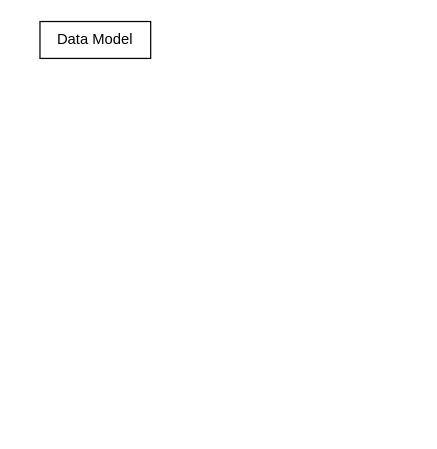
Above: Source/App.drawio in Justmoong/LifeTaker (draw.io), before the change. Source tidied: cells renumbered, new cells numbered last; positions are measured from the earlier drawing's top-left corner, leaving out a move shared by most shapes. Both pictures are drawn from the tidied source at 123%, with x=0, y=0 at pixel (39, 21).
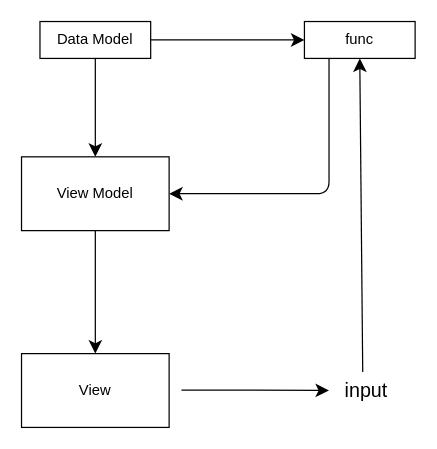
The same page after the edit.

What changed in the source:
```diff
@@
 <mxGraphModel>
   <root>
     <mxCell id="0" />
     <mxCell id="1" parent="0" />
+    <mxCell id="3" style="edgeStyle=none;curved=1;rounded=0;jettySize=auto;html=1;fontSize=12;startSize=8;endSize=8;" parent="1" edge="1" source="2" target="7">
+      <mxGeometry relative="1" as="geometry" />
+    </mxCell>
+    <mxCell id="4" style="edgeStyle=none;curved=1;rounded=0;jettySize=auto;html=1;entryX=0.5;entryY=0;entryDx=0;entryDy=0;fontSize=12;startSize=8;endSize=8;" parent="1" edge="1" source="2" target="11">
+      <mxGeometry relative="1" as="geometry" />
+    </mxCell>
     <mxCell id="2" value="Data Model" style="whiteSpace=wrap;html=1;" parent="1" vertex="1">
       <mxGeometry width="90" height="30" as="geometry" />
     </mxCell>
+    <mxCell id="5" style="edgeStyle=none;curved=1;rounded=0;jettySize=auto;html=1;entryX=1;entryY=0.5;entryDx=0;entryDy=0;fontSize=12;startSize=8;endSize=8;strokeColor=none;" parent="1" edge="1" source="7" target="11">
+      <mxGeometry relative="1" as="geometry" />
+    </mxCell>
+    <mxCell id="6" style="edgeStyle=orthogonalEdgeStyle;rounded=1;jettySize=auto;html=1;entryX=1;entryY=0.5;entryDx=0;entryDy=0;fontSize=12;startSize=8;endSize=8;" parent="1" edge="1" source="7" target="11">
+      <mxGeometry relative="1" as="geometry">
+        <Array as="points">
+          <mxPoint x="235" y="140" />
+        </Array>
+      </mxGeometry>
+    </mxCell>
+    <mxCell id="7" value="func" style="whiteSpace=wrap;html=1;" parent="1" vertex="1">
+      <mxGeometry x="215" width="90" height="30" as="geometry" />
+    </mxCell>
+    <mxCell id="8" style="edgeStyle=none;curved=1;rounded=0;jettySize=auto;html=1;fontSize=12;startSize=8;endSize=8;" parent="1" edge="1" target="13">
+      <mxGeometry relative="1" as="geometry">
+        <mxPoint x="115" y="299.6" as="sourcePoint" />
+      </mxGeometry>
+    </mxCell>
+    <mxCell id="9" value="View" style="whiteSpace=wrap;html=1;" parent="1" vertex="1">
+      <mxGeometry x="-15" y="270" width="120" height="60" as="geometry" />
+    </mxCell>
+    <mxCell id="10" style="edgeStyle=none;curved=1;rounded=0;jettySize=auto;html=1;entryX=0.5;entryY=0;entryDx=0;entryDy=0;fontSize=12;startSize=8;endSize=8;" parent="1" edge="1" source="11" target="9">
+      <mxGeometry relative="1" as="geometry" />
+    </mxCell>
+    <mxCell id="11" value="View Model" style="whiteSpace=wrap;html=1;" parent="1" vertex="1">
+      <mxGeometry x="-15" y="110" width="120" height="60" as="geometry" />
+    </mxCell>
+    <mxCell id="12" style="rounded=0;jettySize=auto;html=1;entryX=0.5;entryY=1;entryDx=0;entryDy=0;fontSize=12;startSize=8;endSize=8;" parent="1" edge="1" target="7">
+      <mxGeometry relative="1" as="geometry">
+        <mxPoint x="262.4" y="285" as="sourcePoint" />
+      </mxGeometry>
+    </mxCell>
+    <mxCell id="13" value="input" style="text;html=1;align=center;verticalAlign=middle;points=[];strokeColor=none;fillColor=none;fontSize=16;" parent="1" vertex="1">
+      <mxGeometry x="235" y="285" width="60" height="30" as="geometry" />
+    </mxCell>
   </root>
 </mxGraphModel>
```
